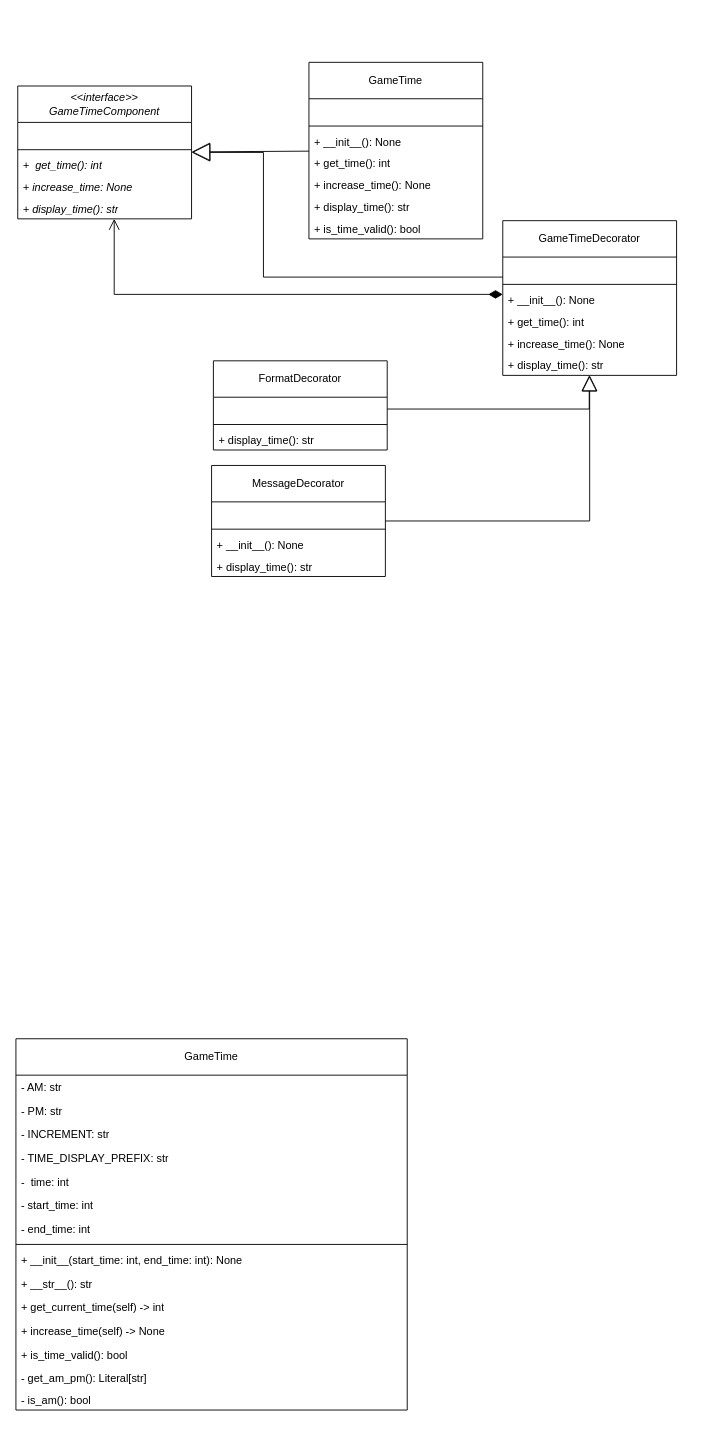
arsenie-sarmiento/ZombieInMyPocket keeps this draw.io diagram as page "game_time_after" (2 of 2) of src/model_after_pattern/after_pattern.drawio. Above is the earlier version. Source tidied: cells renumbered, new cells numbered last; positions are measured from the earlier drawing's top-left corner, leaving out a move shared by most shapes. Both pictures are drawn from the tidied source at 91%, with x=0, y=0 at pixel (15, 62).
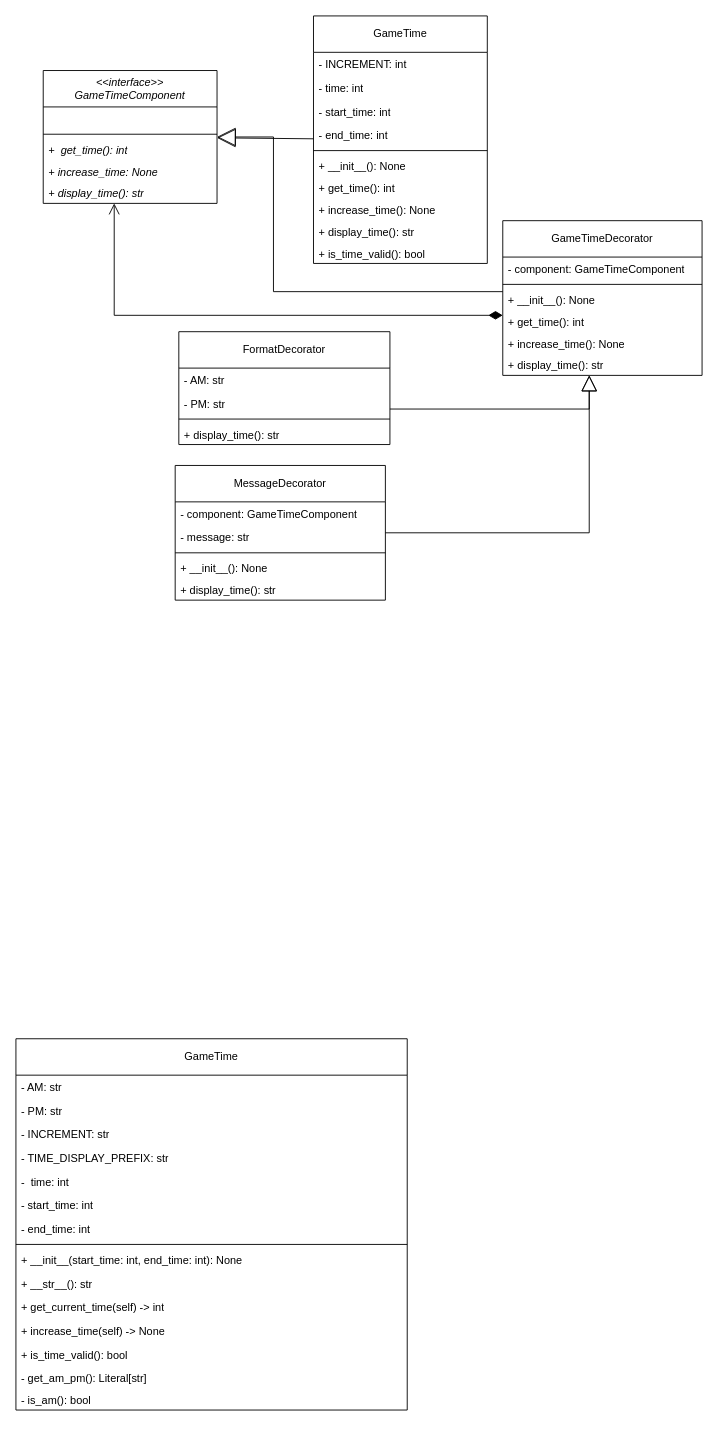
The same diagram, later.

Commit message (it also covers changes not shown here):
completed decorator after gametime test

The edit, as a diff of the source:
```diff
@@
     <mxCell id="18" style="edgeStyle=orthogonalEdgeStyle;html=1;endArrow=diamondThin;endFill=1;endSize=13;startArrow=open;startFill=0;startSize=10;rounded=0;curved=0;" parent="1" edge="1" source="19" target="35">
       <mxGeometry relative="1" as="geometry">
         <Array as="points">
-          <mxPoint x="108" y="255" />
+          <mxPoint x="108" y="278" />
         </Array>
       </mxGeometry>
     </mxCell>
     <mxCell id="19" value="&lt;i&gt;&amp;lt;&amp;lt;interface&amp;gt;&amp;gt;&lt;/i&gt;&lt;div&gt;&lt;i&gt;GameTimeComponent&lt;/i&gt;&lt;/div&gt;" style="swimlane;fontStyle=0;horizontal=1;startSize=40;fillColor=none;whiteSpace=wrap;html=1;" parent="1" vertex="1">
-      <mxGeometry x="2" y="26" width="191" height="146" as="geometry" />
+      <mxGeometry x="30" y="9" width="191" height="146" as="geometry" />
     </mxCell>
@@
     <mxCell id="26" value="GameTime" style="swimlane;fontStyle=0;horizontal=1;startSize=40;fillColor=none;whiteSpace=wrap;html=1;" parent="1" vertex="1">
-      <mxGeometry x="322" width="191" height="194" as="geometry" />
+      <mxGeometry x="327" y="-51" width="191" height="272" as="geometry" />
     </mxCell>
+    <mxCell id="53" value="- INCREMENT: int" style="text;strokeColor=none;fillColor=none;align=left;verticalAlign=top;spacingLeft=4;spacingRight=4;overflow=hidden;whiteSpace=wrap;html=1;" parent="26" vertex="1">
+      <mxGeometry y="40" width="191" height="26" as="geometry" />
+    </mxCell>
-    <mxCell id="27" value="&amp;nbsp;" style="text;strokeColor=none;fillColor=none;align=left;verticalAlign=top;spacingLeft=4;spacingRight=4;overflow=hidden;whiteSpace=wrap;html=1;" parent="26" vertex="1">
-      <mxGeometry y="40" width="191" height="26" as="geometry" />
+    <mxCell id="27" value="- time: int" style="text;strokeColor=none;fillColor=none;align=left;verticalAlign=top;spacingLeft=4;spacingRight=4;overflow=hidden;whiteSpace=wrap;html=1;" parent="26" vertex="1">
+      <mxGeometry y="66" width="191" height="26" as="geometry" />
     </mxCell>
+    <mxCell id="54" value="- start_time: int" style="text;strokeColor=none;fillColor=none;align=left;verticalAlign=top;spacingLeft=4;spacingRight=4;overflow=hidden;whiteSpace=wrap;html=1;" parent="26" vertex="1">
+      <mxGeometry y="92" width="191" height="26" as="geometry" />
+    </mxCell>
+    <mxCell id="55" value="- end_time: int" style="text;strokeColor=none;fillColor=none;align=left;verticalAlign=top;spacingLeft=4;spacingRight=4;overflow=hidden;whiteSpace=wrap;html=1;" parent="26" vertex="1">
+      <mxGeometry y="118" width="191" height="26" as="geometry" />
+    </mxCell>
     <mxCell id="28" style="line;strokeWidth=1;fillColor=none;align=left;verticalAlign=middle;spacingTop=-1;spacingLeft=3;spacingRight=3;labelPosition=right;strokeColor=inherit;" parent="26" vertex="1">
-      <mxGeometry y="66" width="191" height="8" as="geometry" />
+      <mxGeometry y="144" width="191" height="8" as="geometry" />
     </mxCell>
     <mxCell id="29" value="+ __init__(): None" style="text;strokeColor=none;fillColor=none;align=left;verticalAlign=top;spacingLeft=4;spacingRight=4;overflow=hidden;whiteSpace=wrap;html=1;fontStyle=0;" parent="26" vertex="1">
-      <mxGeometry y="74" width="191" height="24" as="geometry" />
+      <mxGeometry y="152" width="191" height="24" as="geometry" />
     </mxCell>
     <mxCell id="30" value="+ get_time(): int" style="text;strokeColor=none;fillColor=none;align=left;verticalAlign=top;spacingLeft=4;spacingRight=4;overflow=hidden;whiteSpace=wrap;html=1;fontStyle=0;" parent="26" vertex="1">
-      <mxGeometry y="98" width="191" height="24" as="geometry" />
+      <mxGeometry y="176" width="191" height="24" as="geometry" />
     </mxCell>
     <mxCell id="31" value="+ increase_time(): None" style="text;strokeColor=none;fillColor=none;align=left;verticalAlign=top;spacingLeft=4;spacingRight=4;overflow=hidden;whiteSpace=wrap;html=1;fontStyle=0;" parent="26" vertex="1">
-      <mxGeometry y="122" width="191" height="24" as="geometry" />
+      <mxGeometry y="200" width="191" height="24" as="geometry" />
     </mxCell>
     <mxCell id="32" value="+ display_time(): str" style="text;strokeColor=none;fillColor=none;align=left;verticalAlign=top;spacingLeft=4;spacingRight=4;overflow=hidden;whiteSpace=wrap;html=1;fontStyle=0;" parent="26" vertex="1">
-      <mxGeometry y="146" width="191" height="24" as="geometry" />
+      <mxGeometry y="224" width="191" height="24" as="geometry" />
     </mxCell>
     <mxCell id="33" value="+ is_time_valid(): bool" style="text;strokeColor=none;fillColor=none;align=left;verticalAlign=top;spacingLeft=4;spacingRight=4;overflow=hidden;whiteSpace=wrap;html=1;fontStyle=0;" parent="26" vertex="1">
-      <mxGeometry y="170" width="191" height="24" as="geometry" />
+      <mxGeometry y="248" width="191" height="24" as="geometry" />
     </mxCell>
     <mxCell id="34" style="edgeStyle=orthogonalEdgeStyle;html=1;endArrow=block;endFill=0;rounded=0;curved=0;endSize=18;" parent="1" edge="1" source="35" target="19">
       <mxGeometry relative="1" as="geometry">
         <Array as="points">
-          <mxPoint x="272" y="236" />
-          <mxPoint x="272" y="99" />
+          <mxPoint x="283" y="252" />
+          <mxPoint x="283" y="82" />
         </Array>
       </mxGeometry>
     </mxCell>
     <mxCell id="35" value="GameTimeDecorator" style="swimlane;fontStyle=0;horizontal=1;startSize=40;fillColor=none;whiteSpace=wrap;html=1;" parent="1" vertex="1">
-      <mxGeometry x="535" y="174" width="191" height="170" as="geometry" />
+      <mxGeometry x="535" y="174" width="219" height="170" as="geometry" />
     </mxCell>
-    <mxCell id="36" value="&amp;nbsp;" style="text;strokeColor=none;fillColor=none;align=left;verticalAlign=top;spacingLeft=4;spacingRight=4;overflow=hidden;whiteSpace=wrap;html=1;" parent="35" vertex="1">
-      <mxGeometry y="40" width="191" height="26" as="geometry" />
-    </mxCell>
+    <mxCell id="56" value="- component: GameTimeComponent" style="text;strokeColor=none;fillColor=none;align=left;verticalAlign=top;spacingLeft=4;spacingRight=4;overflow=hidden;whiteSpace=wrap;html=1;" parent="35" vertex="1">
+      <mxGeometry y="40" width="219" height="26" as="geometry" />
+    </mxCell>
     <mxCell id="37" style="line;strokeWidth=1;fillColor=none;align=left;verticalAlign=middle;spacingTop=-1;spacingLeft=3;spacingRight=3;labelPosition=right;strokeColor=inherit;" parent="35" vertex="1">
-      <mxGeometry y="66" width="191" height="8" as="geometry" />
+      <mxGeometry y="66" width="219" height="8" as="geometry" />
     </mxCell>
     <mxCell id="38" value="+ __init__(): None" style="text;strokeColor=none;fillColor=none;align=left;verticalAlign=top;spacingLeft=4;spacingRight=4;overflow=hidden;whiteSpace=wrap;html=1;fontStyle=0;" parent="35" vertex="1">
-      <mxGeometry y="74" width="191" height="24" as="geometry" />
+      <mxGeometry y="74" width="219" height="24" as="geometry" />
     </mxCell>
     <mxCell id="39" value="+ get_time(): int" style="text;strokeColor=none;fillColor=none;align=left;verticalAlign=top;spacingLeft=4;spacingRight=4;overflow=hidden;whiteSpace=wrap;html=1;fontStyle=0;" parent="35" vertex="1">
-      <mxGeometry y="98" width="191" height="24" as="geometry" />
+      <mxGeometry y="98" width="219" height="24" as="geometry" />
     </mxCell>
     <mxCell id="40" value="+ increase_time(): None" style="text;strokeColor=none;fillColor=none;align=left;verticalAlign=top;spacingLeft=4;spacingRight=4;overflow=hidden;whiteSpace=wrap;html=1;fontStyle=0;" parent="35" vertex="1">
-      <mxGeometry y="122" width="191" height="24" as="geometry" />
+      <mxGeometry y="122" width="219" height="24" as="geometry" />
     </mxCell>
     <mxCell id="41" value="+ display_time(): str" style="text;strokeColor=none;fillColor=none;align=left;verticalAlign=top;spacingLeft=4;spacingRight=4;overflow=hidden;whiteSpace=wrap;html=1;fontStyle=0;" parent="35" vertex="1">
-      <mxGeometry y="146" width="191" height="24" as="geometry" />
+      <mxGeometry y="146" width="219" height="24" as="geometry" />
     </mxCell>
@@
     <mxCell id="43" value="FormatDecorator" style="swimlane;fontStyle=0;horizontal=1;startSize=40;fillColor=none;whiteSpace=wrap;html=1;" parent="1" vertex="1">
-      <mxGeometry x="217" y="328" width="191" height="98" as="geometry" />
+      <mxGeometry x="179" y="296" width="232" height="124" as="geometry" />
     </mxCell>
+    <mxCell id="57" value="- AM: str" style="text;strokeColor=none;fillColor=none;align=left;verticalAlign=top;spacingLeft=4;spacingRight=4;overflow=hidden;whiteSpace=wrap;html=1;" parent="43" vertex="1">
+      <mxGeometry y="40" width="232" height="26" as="geometry" />
+    </mxCell>
-    <mxCell id="44" value="&amp;nbsp;" style="text;strokeColor=none;fillColor=none;align=left;verticalAlign=top;spacingLeft=4;spacingRight=4;overflow=hidden;whiteSpace=wrap;html=1;" parent="43" vertex="1">
-      <mxGeometry y="40" width="191" height="26" as="geometry" />
+    <mxCell id="44" value="- PM: str" style="text;strokeColor=none;fillColor=none;align=left;verticalAlign=top;spacingLeft=4;spacingRight=4;overflow=hidden;whiteSpace=wrap;html=1;" parent="43" vertex="1">
+      <mxGeometry y="66" width="232" height="26" as="geometry" />
     </mxCell>
     <mxCell id="45" style="line;strokeWidth=1;fillColor=none;align=left;verticalAlign=middle;spacingTop=-1;spacingLeft=3;spacingRight=3;labelPosition=right;strokeColor=inherit;" parent="43" vertex="1">
-      <mxGeometry y="66" width="191" height="8" as="geometry" />
+      <mxGeometry y="92" width="232" height="8" as="geometry" />
     </mxCell>
     <mxCell id="46" value="+ display_time(): str" style="text;strokeColor=none;fillColor=none;align=left;verticalAlign=top;spacingLeft=4;spacingRight=4;overflow=hidden;whiteSpace=wrap;html=1;fontStyle=0;" parent="43" vertex="1">
-      <mxGeometry y="74" width="191" height="24" as="geometry" />
+      <mxGeometry y="100" width="232" height="24" as="geometry" />
     </mxCell>
     <mxCell id="47" value="MessageDecorator" style="swimlane;fontStyle=0;horizontal=1;startSize=40;fillColor=none;whiteSpace=wrap;html=1;" parent="1" vertex="1">
-      <mxGeometry x="215" y="443" width="191" height="122" as="geometry" />
+      <mxGeometry x="175" y="443" width="231" height="148" as="geometry" />
     </mxCell>
+    <mxCell id="58" value="- component: GameTimeComponent" style="text;strokeColor=none;fillColor=none;align=left;verticalAlign=top;spacingLeft=4;spacingRight=4;overflow=hidden;whiteSpace=wrap;html=1;" parent="47" vertex="1">
+      <mxGeometry y="40" width="231" height="26" as="geometry" />
+    </mxCell>
-    <mxCell id="48" value="&amp;nbsp;" style="text;strokeColor=none;fillColor=none;align=left;verticalAlign=top;spacingLeft=4;spacingRight=4;overflow=hidden;whiteSpace=wrap;html=1;" parent="47" vertex="1">
-      <mxGeometry y="40" width="191" height="26" as="geometry" />
+    <mxCell id="48" value="- message: str" style="text;strokeColor=none;fillColor=none;align=left;verticalAlign=top;spacingLeft=4;spacingRight=4;overflow=hidden;whiteSpace=wrap;html=1;" parent="47" vertex="1">
+      <mxGeometry y="66" width="231" height="26" as="geometry" />
     </mxCell>
     <mxCell id="49" style="line;strokeWidth=1;fillColor=none;align=left;verticalAlign=middle;spacingTop=-1;spacingLeft=3;spacingRight=3;labelPosition=right;strokeColor=inherit;" parent="47" vertex="1">
-      <mxGeometry y="66" width="191" height="8" as="geometry" />
+      <mxGeometry y="92" width="231" height="8" as="geometry" />
     </mxCell>
     <mxCell id="50" value="+ __init__(): None" style="text;strokeColor=none;fillColor=none;align=left;verticalAlign=top;spacingLeft=4;spacingRight=4;overflow=hidden;whiteSpace=wrap;html=1;fontStyle=0;" parent="47" vertex="1">
-      <mxGeometry y="74" width="191" height="24" as="geometry" />
+      <mxGeometry y="100" width="231" height="24" as="geometry" />
     </mxCell>
     <mxCell id="51" value="+ display_time(): str" style="text;strokeColor=none;fillColor=none;align=left;verticalAlign=top;spacingLeft=4;spacingRight=4;overflow=hidden;whiteSpace=wrap;html=1;fontStyle=0;" parent="47" vertex="1">
-      <mxGeometry y="98" width="191" height="24" as="geometry" />
+      <mxGeometry y="124" width="231" height="24" as="geometry" />
     </mxCell>
     <mxCell id="52" style="edgeStyle=orthogonalEdgeStyle;html=1;rounded=0;endArrow=block;endFill=0;endSize=15;" parent="1" edge="1" source="47" target="35">
-      <mxGeometry relative="1" as="geometry" />
+      <mxGeometry relative="1" as="geometry">
+        <Array as="points">
+          <mxPoint x="630" y="517" />
+        </Array>
+      </mxGeometry>
     </mxCell>
```
